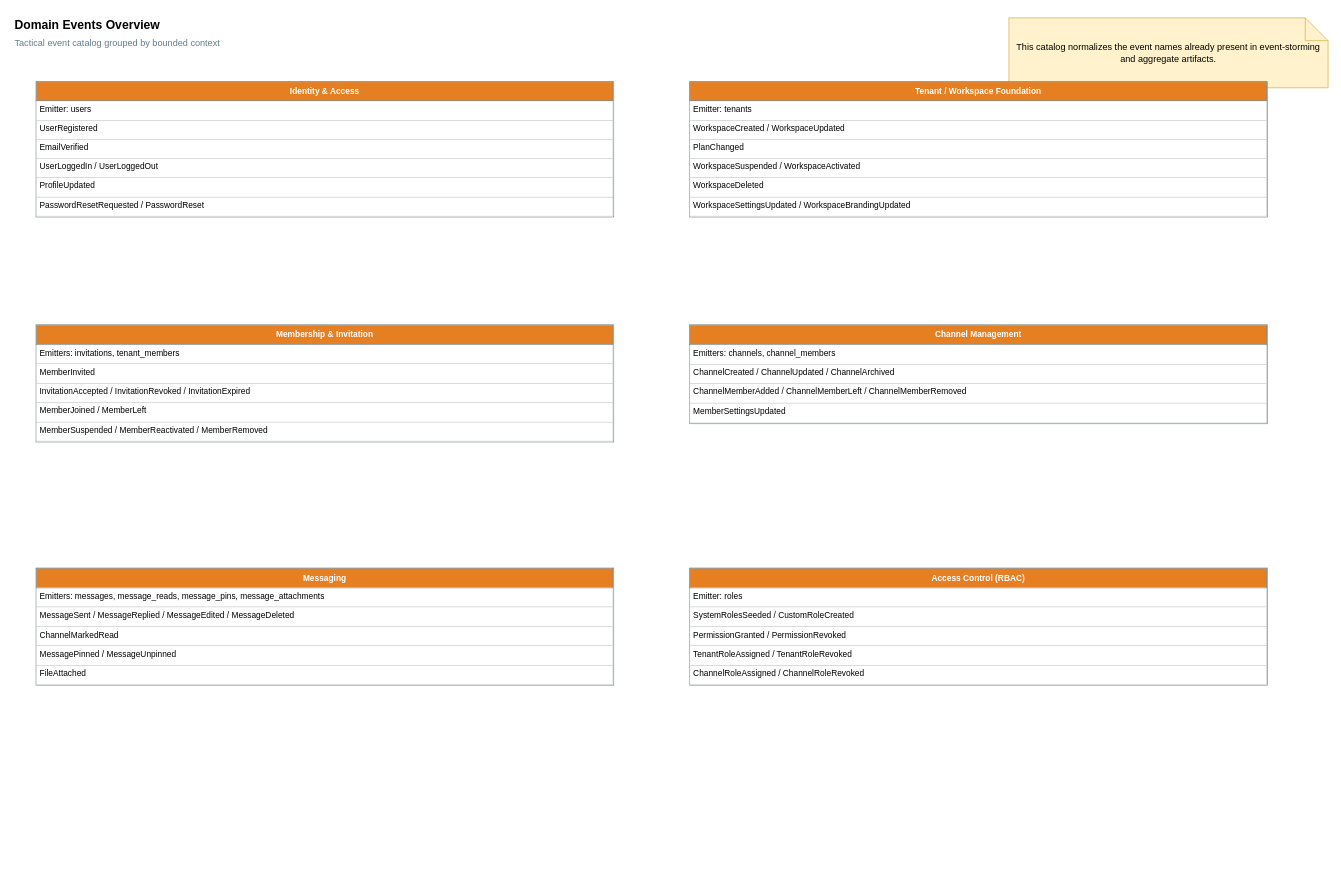
NFMU/app-design keeps this draw.io diagram as docs/tatical/domain_events/00_overview_domain_events.drawio. Above is the earlier version. Source tidied: cells renumbered, new cells numbered last; positions are measured from the earlier drawing's top-left corner, leaving out a move shared by most shapes. Both pictures are drawn from the tidied source at 76%, with x=0, y=0 at pixel (13, 13).
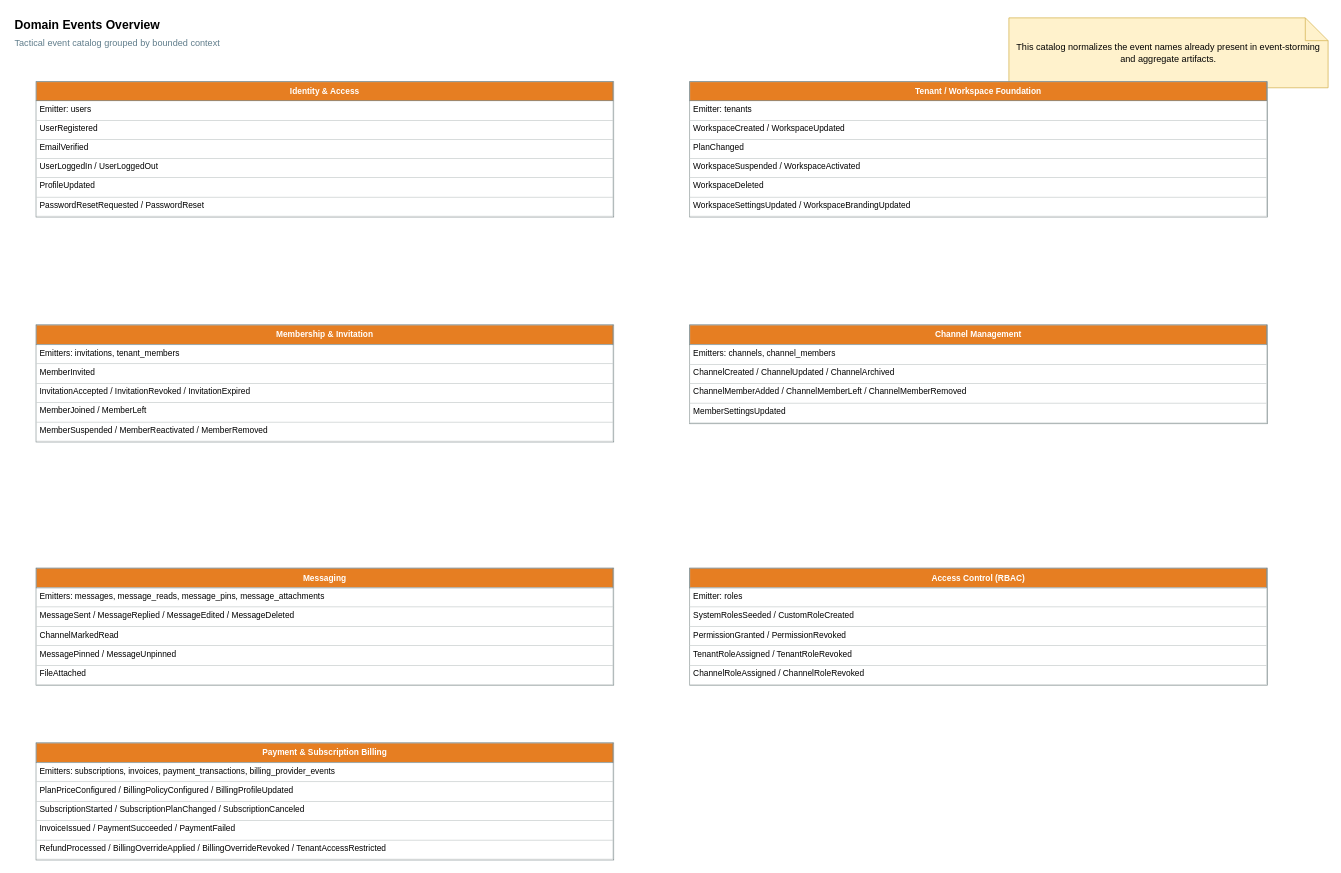
The same diagram, later.

The edit, as a diff of the source:
```diff
@@
 <mxGraphModel>
   <root>
     <mxCell id="0" />
     <mxCell id="1" parent="0" />
     <mxCell id="2" value="Domain Events Overview" style="text;html=1;strokeColor=none;fillColor=none;align=left;verticalAlign=middle;fontSize=16;fontStyle=1;" parent="1" vertex="1">
       <mxGeometry width="760" height="30" as="geometry" />
     </mxCell>
     <mxCell id="3" value="Tactical event catalog grouped by bounded context" style="text;html=1;strokeColor=none;fillColor=none;align=left;verticalAlign=middle;fontSize=12;fontColor=#607D8B;" parent="1" vertex="1">
       <mxGeometry y="28" width="760" height="24" as="geometry" />
     </mxCell>
     <mxCell id="4" value="This catalog normalizes the event names already present in event-storming and aggregate artifacts." style="shape=note;whiteSpace=wrap;html=1;fillColor=#FFF2CC;strokeColor=#D6B656;" parent="1" vertex="1">
       <mxGeometry x="1310" y="6" width="420" height="92" as="geometry" />
     </mxCell>
     <mxCell id="5" value="&lt;table style=&quot;width:100%;height:100%;border-collapse:collapse;font-size:11px;font-family:Arial;&quot;&gt;&lt;tr&gt;&lt;td style=&quot;background:#E67E22;color:#FFFFFF;font-weight:bold;text-align:center;border:1px solid #7F8C8D;padding:4px;&quot;&gt;Identity &amp; Access&lt;/td&gt;&lt;/tr&gt;&lt;tr&gt;&lt;td style=&quot;border:1px solid #CCD1D1;background:#FFFFFF;padding:4px;vertical-align:top;&quot;&gt;Emitter: users&lt;/td&gt;&lt;/tr&gt;&lt;tr&gt;&lt;td style=&quot;border:1px solid #CCD1D1;background:#FFFFFF;padding:4px;vertical-align:top;&quot;&gt;UserRegistered&lt;/td&gt;&lt;/tr&gt;&lt;tr&gt;&lt;td style=&quot;border:1px solid #CCD1D1;background:#FFFFFF;padding:4px;vertical-align:top;&quot;&gt;EmailVerified&lt;/td&gt;&lt;/tr&gt;&lt;tr&gt;&lt;td style=&quot;border:1px solid #CCD1D1;background:#FFFFFF;padding:4px;vertical-align:top;&quot;&gt;UserLoggedIn / UserLoggedOut&lt;/td&gt;&lt;/tr&gt;&lt;tr&gt;&lt;td style=&quot;border:1px solid #CCD1D1;background:#FFFFFF;padding:4px;vertical-align:top;&quot;&gt;ProfileUpdated&lt;/td&gt;&lt;/tr&gt;&lt;tr&gt;&lt;td style=&quot;border:1px solid #CCD1D1;background:#FFFFFF;padding:4px;vertical-align:top;&quot;&gt;PasswordResetRequested / PasswordReset&lt;/td&gt;&lt;/tr&gt;&lt;/table&gt;" style="rounded=0;whiteSpace=wrap;html=1;align=left;verticalAlign=top;spacing=0;fillColor=#FFFFFF;strokeColor=#7F8C8D;overflow=fill;" parent="1" vertex="1">
       <mxGeometry x="30" y="90" width="760" height="178" as="geometry" />
     </mxCell>
     <mxCell id="6" value="&lt;table style=&quot;width:100%;height:100%;border-collapse:collapse;font-size:11px;font-family:Arial;&quot;&gt;&lt;tr&gt;&lt;td style=&quot;background:#E67E22;color:#FFFFFF;font-weight:bold;text-align:center;border:1px solid #7F8C8D;padding:4px;&quot;&gt;Tenant / Workspace Foundation&lt;/td&gt;&lt;/tr&gt;&lt;tr&gt;&lt;td style=&quot;border:1px solid #CCD1D1;background:#FFFFFF;padding:4px;vertical-align:top;&quot;&gt;Emitter: tenants&lt;/td&gt;&lt;/tr&gt;&lt;tr&gt;&lt;td style=&quot;border:1px solid #CCD1D1;background:#FFFFFF;padding:4px;vertical-align:top;&quot;&gt;WorkspaceCreated / WorkspaceUpdated&lt;/td&gt;&lt;/tr&gt;&lt;tr&gt;&lt;td style=&quot;border:1px solid #CCD1D1;background:#FFFFFF;padding:4px;vertical-align:top;&quot;&gt;PlanChanged&lt;/td&gt;&lt;/tr&gt;&lt;tr&gt;&lt;td style=&quot;border:1px solid #CCD1D1;background:#FFFFFF;padding:4px;vertical-align:top;&quot;&gt;WorkspaceSuspended / WorkspaceActivated&lt;/td&gt;&lt;/tr&gt;&lt;tr&gt;&lt;td style=&quot;border:1px solid #CCD1D1;background:#FFFFFF;padding:4px;vertical-align:top;&quot;&gt;WorkspaceDeleted&lt;/td&gt;&lt;/tr&gt;&lt;tr&gt;&lt;td style=&quot;border:1px solid #CCD1D1;background:#FFFFFF;padding:4px;vertical-align:top;&quot;&gt;WorkspaceSettingsUpdated / WorkspaceBrandingUpdated&lt;/td&gt;&lt;/tr&gt;&lt;/table&gt;" style="rounded=0;whiteSpace=wrap;html=1;align=left;verticalAlign=top;spacing=0;fillColor=#FFFFFF;strokeColor=#7F8C8D;overflow=fill;" parent="1" vertex="1">
       <mxGeometry x="890" y="90" width="760" height="178" as="geometry" />
     </mxCell>
     <mxCell id="7" value="&lt;table style=&quot;width:100%;height:100%;border-collapse:collapse;font-size:11px;font-family:Arial;&quot;&gt;&lt;tr&gt;&lt;td style=&quot;background:#E67E22;color:#FFFFFF;font-weight:bold;text-align:center;border:1px solid #7F8C8D;padding:4px;&quot;&gt;Membership &amp; Invitation&lt;/td&gt;&lt;/tr&gt;&lt;tr&gt;&lt;td style=&quot;border:1px solid #CCD1D1;background:#FFFFFF;padding:4px;vertical-align:top;&quot;&gt;Emitters: invitations, tenant_members&lt;/td&gt;&lt;/tr&gt;&lt;tr&gt;&lt;td style=&quot;border:1px solid #CCD1D1;background:#FFFFFF;padding:4px;vertical-align:top;&quot;&gt;MemberInvited&lt;/td&gt;&lt;/tr&gt;&lt;tr&gt;&lt;td style=&quot;border:1px solid #CCD1D1;background:#FFFFFF;padding:4px;vertical-align:top;&quot;&gt;InvitationAccepted / InvitationRevoked / InvitationExpired&lt;/td&gt;&lt;/tr&gt;&lt;tr&gt;&lt;td style=&quot;border:1px solid #CCD1D1;background:#FFFFFF;padding:4px;vertical-align:top;&quot;&gt;MemberJoined / MemberLeft&lt;/td&gt;&lt;/tr&gt;&lt;tr&gt;&lt;td style=&quot;border:1px solid #CCD1D1;background:#FFFFFF;padding:4px;vertical-align:top;&quot;&gt;MemberSuspended / MemberReactivated / MemberRemoved&lt;/td&gt;&lt;/tr&gt;&lt;/table&gt;" style="rounded=0;whiteSpace=wrap;html=1;align=left;verticalAlign=top;spacing=0;fillColor=#FFFFFF;strokeColor=#7F8C8D;overflow=fill;" parent="1" vertex="1">
       <mxGeometry x="30" y="410" width="760" height="154" as="geometry" />
     </mxCell>
     <mxCell id="8" value="&lt;table style=&quot;width:100%;height:100%;border-collapse:collapse;font-size:11px;font-family:Arial;&quot;&gt;&lt;tr&gt;&lt;td style=&quot;background:#E67E22;color:#FFFFFF;font-weight:bold;text-align:center;border:1px solid #7F8C8D;padding:4px;&quot;&gt;Channel Management&lt;/td&gt;&lt;/tr&gt;&lt;tr&gt;&lt;td style=&quot;border:1px solid #CCD1D1;background:#FFFFFF;padding:4px;vertical-align:top;&quot;&gt;Emitters: channels, channel_members&lt;/td&gt;&lt;/tr&gt;&lt;tr&gt;&lt;td style=&quot;border:1px solid #CCD1D1;background:#FFFFFF;padding:4px;vertical-align:top;&quot;&gt;ChannelCreated / ChannelUpdated / ChannelArchived&lt;/td&gt;&lt;/tr&gt;&lt;tr&gt;&lt;td style=&quot;border:1px solid #CCD1D1;background:#FFFFFF;padding:4px;vertical-align:top;&quot;&gt;ChannelMemberAdded / ChannelMemberLeft / ChannelMemberRemoved&lt;/td&gt;&lt;/tr&gt;&lt;tr&gt;&lt;td style=&quot;border:1px solid #CCD1D1;background:#FFFFFF;padding:4px;vertical-align:top;&quot;&gt;MemberSettingsUpdated&lt;/td&gt;&lt;/tr&gt;&lt;/table&gt;" style="rounded=0;whiteSpace=wrap;html=1;align=left;verticalAlign=top;spacing=0;fillColor=#FFFFFF;strokeColor=#7F8C8D;overflow=fill;" parent="1" vertex="1">
       <mxGeometry x="890" y="410" width="760" height="130" as="geometry" />
     </mxCell>
     <mxCell id="9" value="&lt;table style=&quot;width:100%;height:100%;border-collapse:collapse;font-size:11px;font-family:Arial;&quot;&gt;&lt;tr&gt;&lt;td style=&quot;background:#E67E22;color:#FFFFFF;font-weight:bold;text-align:center;border:1px solid #7F8C8D;padding:4px;&quot;&gt;Messaging&lt;/td&gt;&lt;/tr&gt;&lt;tr&gt;&lt;td style=&quot;border:1px solid #CCD1D1;background:#FFFFFF;padding:4px;vertical-align:top;&quot;&gt;Emitters: messages, message_reads, message_pins, message_attachments&lt;/td&gt;&lt;/tr&gt;&lt;tr&gt;&lt;td style=&quot;border:1px solid #CCD1D1;background:#FFFFFF;padding:4px;vertical-align:top;&quot;&gt;MessageSent / MessageReplied / MessageEdited / MessageDeleted&lt;/td&gt;&lt;/tr&gt;&lt;tr&gt;&lt;td style=&quot;border:1px solid #CCD1D1;background:#FFFFFF;padding:4px;vertical-align:top;&quot;&gt;ChannelMarkedRead&lt;/td&gt;&lt;/tr&gt;&lt;tr&gt;&lt;td style=&quot;border:1px solid #CCD1D1;background:#FFFFFF;padding:4px;vertical-align:top;&quot;&gt;MessagePinned / MessageUnpinned&lt;/td&gt;&lt;/tr&gt;&lt;tr&gt;&lt;td style=&quot;border:1px solid #CCD1D1;background:#FFFFFF;padding:4px;vertical-align:top;&quot;&gt;FileAttached&lt;/td&gt;&lt;/tr&gt;&lt;/table&gt;" style="rounded=0;whiteSpace=wrap;html=1;align=left;verticalAlign=top;spacing=0;fillColor=#FFFFFF;strokeColor=#7F8C8D;overflow=fill;" parent="1" vertex="1">
       <mxGeometry x="30" y="730" width="760" height="154" as="geometry" />
     </mxCell>
     <mxCell id="10" value="&lt;table style=&quot;width:100%;height:100%;border-collapse:collapse;font-size:11px;font-family:Arial;&quot;&gt;&lt;tr&gt;&lt;td style=&quot;background:#E67E22;color:#FFFFFF;font-weight:bold;text-align:center;border:1px solid #7F8C8D;padding:4px;&quot;&gt;Access Control (RBAC)&lt;/td&gt;&lt;/tr&gt;&lt;tr&gt;&lt;td style=&quot;border:1px solid #CCD1D1;background:#FFFFFF;padding:4px;vertical-align:top;&quot;&gt;Emitter: roles&lt;/td&gt;&lt;/tr&gt;&lt;tr&gt;&lt;td style=&quot;border:1px solid #CCD1D1;background:#FFFFFF;padding:4px;vertical-align:top;&quot;&gt;SystemRolesSeeded / CustomRoleCreated&lt;/td&gt;&lt;/tr&gt;&lt;tr&gt;&lt;td style=&quot;border:1px solid #CCD1D1;background:#FFFFFF;padding:4px;vertical-align:top;&quot;&gt;PermissionGranted / PermissionRevoked&lt;/td&gt;&lt;/tr&gt;&lt;tr&gt;&lt;td style=&quot;border:1px solid #CCD1D1;background:#FFFFFF;padding:4px;vertical-align:top;&quot;&gt;TenantRoleAssigned / TenantRoleRevoked&lt;/td&gt;&lt;/tr&gt;&lt;tr&gt;&lt;td style=&quot;border:1px solid #CCD1D1;background:#FFFFFF;padding:4px;vertical-align:top;&quot;&gt;ChannelRoleAssigned / ChannelRoleRevoked&lt;/td&gt;&lt;/tr&gt;&lt;/table&gt;" style="rounded=0;whiteSpace=wrap;html=1;align=left;verticalAlign=top;spacing=0;fillColor=#FFFFFF;strokeColor=#7F8C8D;overflow=fill;" parent="1" vertex="1">
       <mxGeometry x="890" y="730" width="760" height="154" as="geometry" />
     </mxCell>
+    <mxCell id="11" value="&lt;table style=&quot;width:100%;height:100%;border-collapse:collapse;font-size:11px;font-family:Arial;&quot;&gt;&lt;tr&gt;&lt;td style=&quot;background:#E67E22;color:#FFFFFF;font-weight:bold;text-align:center;border:1px solid #7F8C8D;padding:4px;&quot;&gt;Payment &amp; Subscription Billing&lt;/td&gt;&lt;/tr&gt;&lt;tr&gt;&lt;td style=&quot;border:1px solid #CCD1D1;background:#FFFFFF;padding:4px;vertical-align:top;&quot;&gt;Emitters: subscriptions, invoices, payment_transactions, billing_provider_events&lt;/td&gt;&lt;/tr&gt;&lt;tr&gt;&lt;td style=&quot;border:1px solid #CCD1D1;background:#FFFFFF;padding:4px;vertical-align:top;&quot;&gt;PlanPriceConfigured / BillingPolicyConfigured / BillingProfileUpdated&lt;/td&gt;&lt;/tr&gt;&lt;tr&gt;&lt;td style=&quot;border:1px solid #CCD1D1;background:#FFFFFF;padding:4px;vertical-align:top;&quot;&gt;SubscriptionStarted / SubscriptionPlanChanged / SubscriptionCanceled&lt;/td&gt;&lt;/tr&gt;&lt;tr&gt;&lt;td style=&quot;border:1px solid #CCD1D1;background:#FFFFFF;padding:4px;vertical-align:top;&quot;&gt;InvoiceIssued / PaymentSucceeded / PaymentFailed&lt;/td&gt;&lt;/tr&gt;&lt;tr&gt;&lt;td style=&quot;border:1px solid #CCD1D1;background:#FFFFFF;padding:4px;vertical-align:top;&quot;&gt;RefundProcessed / BillingOverrideApplied / BillingOverrideRevoked / TenantAccessRestricted&lt;/td&gt;&lt;/tr&gt;&lt;/table&gt;" style="rounded=0;whiteSpace=wrap;html=1;align=left;verticalAlign=top;spacing=0;fillColor=#FFFFFF;strokeColor=#7F8C8D;overflow=fill;" parent="1" vertex="1">
+      <mxGeometry x="30" y="960" width="760" height="154" as="geometry" />
+    </mxCell>
   </root>
 </mxGraphModel>
```
